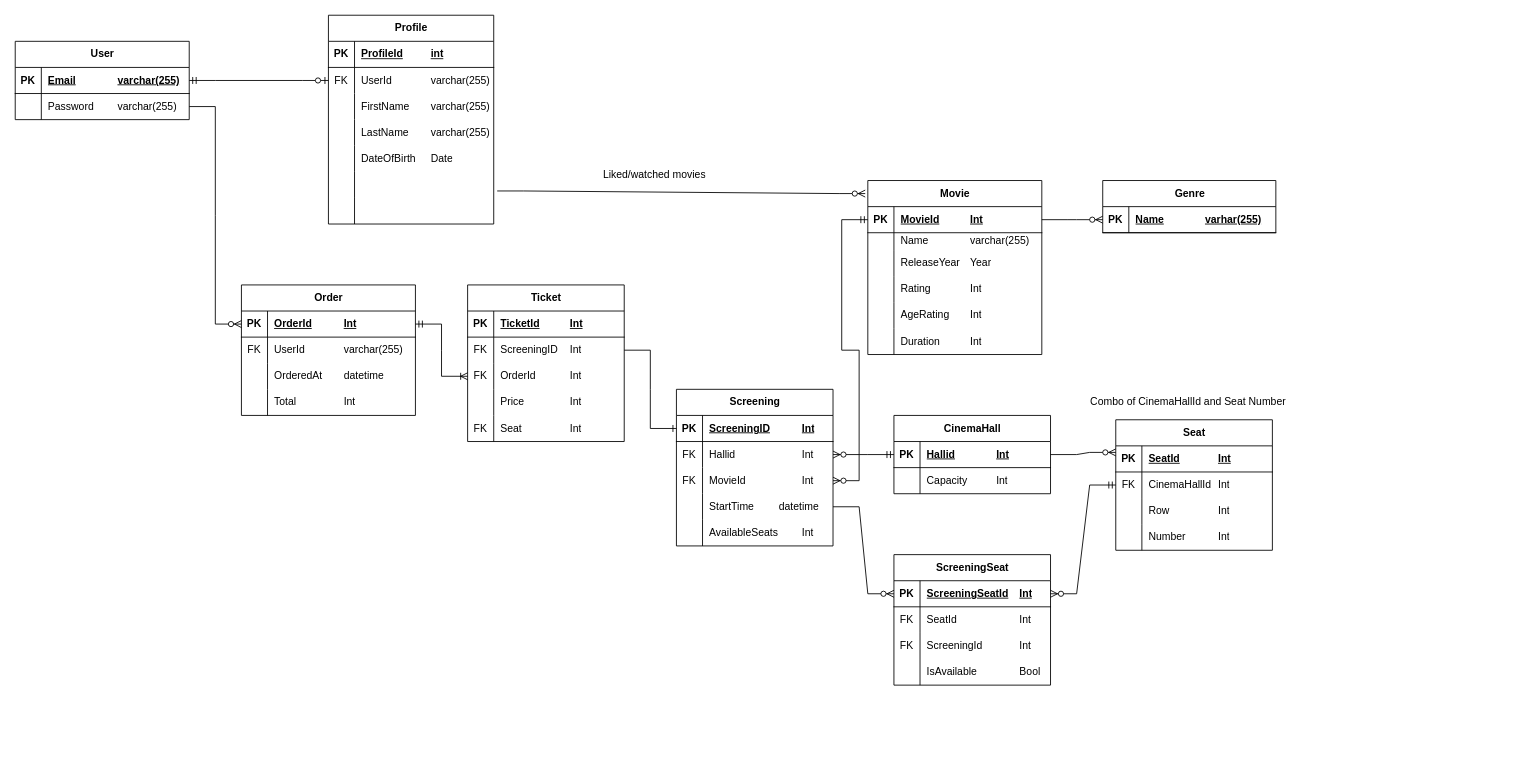
This is ER-model-cinema.drawio from LudvigSti/kino-backend, a draw.io file, before an edit. Source tidied: cells renumbered, new cells numbered last; positions are measured from the earlier drawing's top-left corner, leaving out a move shared by most shapes. Both pictures are drawn from the tidied source at 87%, with x=0, y=0 at pixel (15, 15).
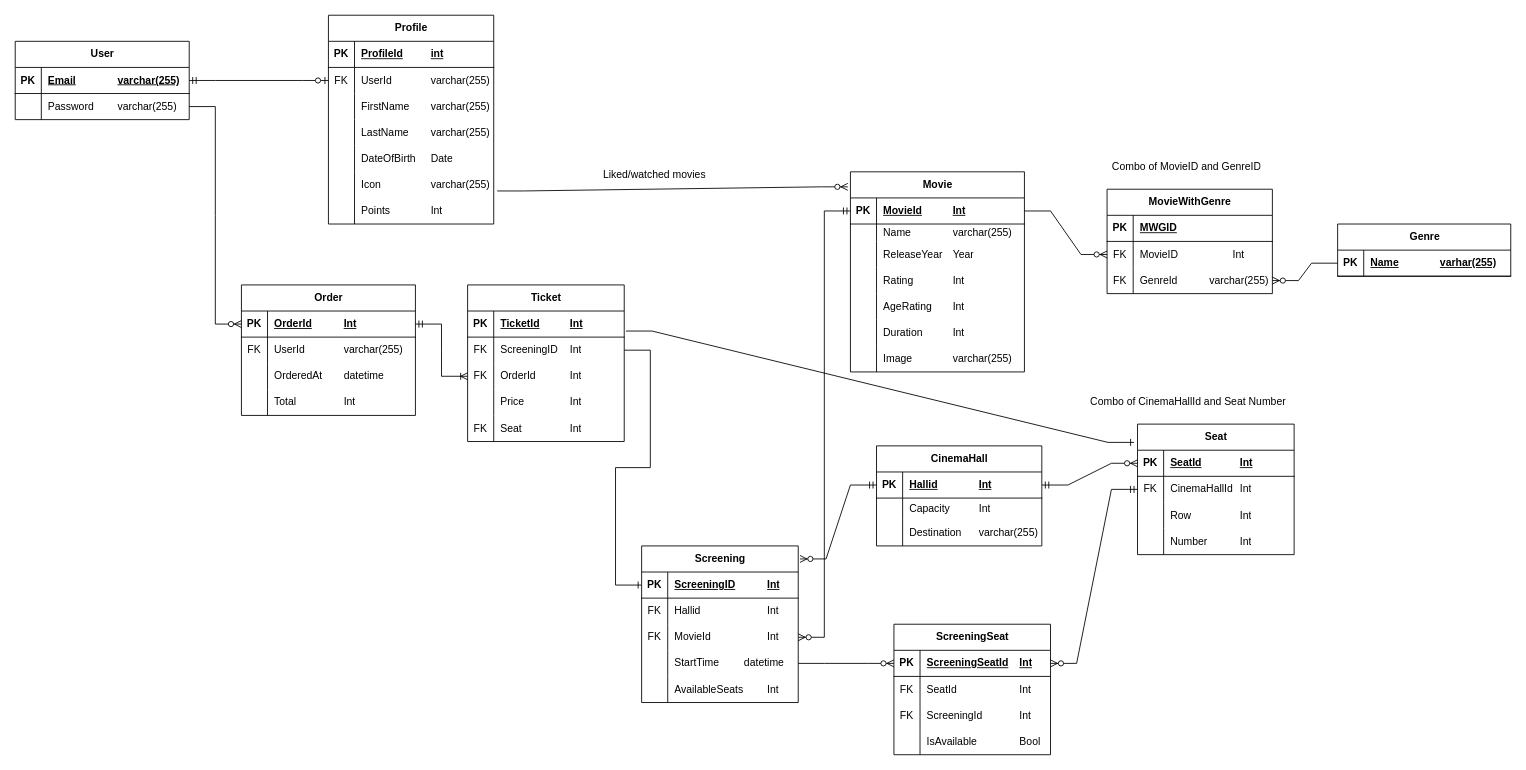
The same diagram, later.

Commit message (it also covers changes not shown here):
Updated the ER-modell to be more accurate

The change refers to these unchanged cells:
```xml
<mxCell id="25" style="shape=tableRow;horizontal=0;startSize=0;swimlaneHead=0;swimlaneBody=0;fillColor=none;points=[[0,0.5],[1,0.5]];portConstraint=eastwest;top=0;left=0;right=0;bottom=0;" parent="9" vertex="1">
  <mxGeometry y="180" width="190" height="30" as="geometry" />
</mxCell>
<mxCell id="28" style="shape=tableRow;horizontal=0;startSize=0;swimlaneHead=0;swimlaneBody=0;fillColor=none;top=0;left=0;right=0;bottom=0;" parent="9" vertex="1">
  <mxGeometry y="210" width="190" height="30" as="geometry" />
</mxCell>
<mxCell id="32" style="shape=tableRow;horizontal=0;startSize=0;swimlaneHead=0;swimlaneBody=0;fillColor=none;points=[[0,0.5],[1,0.5]];portConstraint=eastwest;top=0;left=0;right=0;bottom=1;" parent="31" vertex="1">
  <mxGeometry y="30" width="200" height="30" as="geometry" />
</mxCell>
<mxCell id="52" style="shape=tableRow;horizontal=0;startSize=0;swimlaneHead=0;swimlaneBody=0;fillColor=none;points=[[0,0.5],[1,0.5]];portConstraint=eastwest;top=0;left=0;right=0;bottom=1;" parent="51" vertex="1">
  <mxGeometry y="30" width="199" height="30" as="geometry" />
</mxCell>
<mxCell id="67" style="shape=tableRow;horizontal=0;startSize=0;swimlaneHead=0;swimlaneBody=0;fillColor=none;points=[[0,0.5],[1,0.5]];portConstraint=eastwest;top=0;left=0;right=0;bottom=0;" parent="63" vertex="1">
  <mxGeometry y="60" width="180" height="30" as="geometry" />
</mxCell>
<mxCell id="82" style="shape=tableRow;horizontal=0;startSize=0;swimlaneHead=0;swimlaneBody=0;fillColor=none;points=[[0,0.5],[1,0.5]];portConstraint=eastwest;top=0;left=0;right=0;bottom=1;" parent="81" vertex="1">
  <mxGeometry y="30" width="180" height="30" as="geometry" />
</mxCell>
<mxCell id="116" style="shape=tableRow;horizontal=0;startSize=0;swimlaneHead=0;swimlaneBody=0;fillColor=none;points=[[0,0.5],[1,0.5]];portConstraint=eastwest;top=0;left=0;right=0;bottom=1;" parent="115" vertex="1">
  <mxGeometry y="30" width="180" height="30" as="geometry" />
</mxCell>
```

Diff of the diagram source:
```diff
@@
+    <mxCell id="145" style="edgeStyle=entityRelationEdgeStyle;fontSize=12;html=1;endArrow=ERone;endFill=1;rounded=0;exitX=1.011;exitY=0.767;exitDx=0;exitDy=0;exitPerimeter=0;entryX=-0.022;entryY=0.14;entryDx=0;entryDy=0;entryPerimeter=0;" parent="1" edge="1" source="82" target="115">
+      <mxGeometry relative="1" as="geometry" />
+    </mxCell>
@@
-    <mxCell id="27" style="shape=partialRectangle;fillColor=none;top=0;left=0;bottom=0;right=0;align=left;spacingLeft=6;overflow=hidden;whiteSpace=wrap;html=1;" parent="25" vertex="1">
+    <mxCell id="27" value="Icon&lt;span style=&quot;white-space: pre;&quot;&gt;&#9;&lt;/span&gt;&lt;span style=&quot;white-space: pre;&quot;&gt;&#9;&lt;/span&gt;&lt;span style=&quot;white-space: pre;&quot;&gt;&#9;&lt;/span&gt;varchar(255)" style="shape=partialRectangle;fillColor=none;top=0;left=0;bottom=0;right=0;align=left;spacingLeft=6;overflow=hidden;whiteSpace=wrap;html=1;" parent="25" vertex="1">
       <mxGeometry x="30" width="160" height="30" as="geometry" />
     </mxCell>
@@
-    <mxCell id="30" style="shape=partialRectangle;fillColor=none;top=0;left=0;bottom=0;right=0;align=left;spacingLeft=6;overflow=hidden;whiteSpace=wrap;html=1;" parent="28" vertex="1">
+    <mxCell id="30" value="Points&lt;span style=&quot;white-space: pre;&quot;&gt;&#9;&lt;/span&gt;&lt;span style=&quot;white-space: pre;&quot;&gt;&#9;&lt;/span&gt;Int" style="shape=partialRectangle;fillColor=none;top=0;left=0;bottom=0;right=0;align=left;spacingLeft=6;overflow=hidden;whiteSpace=wrap;html=1;" parent="28" vertex="1">
       <mxGeometry x="30" width="160" height="30" as="geometry" />
     </mxCell>
     <mxCell id="31" value="Movie" style="shape=table;startSize=30;childLayout=tableLayout;rowLines=0;fontStyle=1;align=center;html=1;" parent="1" vertex="1">
-      <mxGeometry x="980" y="190" width="200" height="200" as="geometry" />
+      <mxGeometry x="960" y="180" width="200" height="230" as="geometry" />
     </mxCell>
@@
+    <mxCell id="146" style="shape=tableRow;horizontal=0;startSize=0;swimlaneHead=0;swimlaneBody=0;fillColor=none;top=0;left=0;right=0;bottom=0;" parent="31" vertex="1">
+      <mxGeometry y="200" width="200" height="30" as="geometry" />
+    </mxCell>
+    <mxCell id="147" style="shape=partialRectangle;fillColor=none;top=0;left=0;bottom=0;right=0;overflow=hidden;whiteSpace=wrap;html=1;" parent="146" vertex="1">
+      <mxGeometry width="30" height="30" as="geometry" />
+    </mxCell>
+    <mxCell id="148" value="Image&lt;span style=&quot;white-space: pre;&quot;&gt;&#9;&lt;/span&gt;&lt;span style=&quot;white-space: pre;&quot;&gt;&#9;&lt;/span&gt;varchar(255)" style="shape=partialRectangle;fillColor=none;top=0;left=0;bottom=0;right=0;align=left;spacingLeft=6;overflow=hidden;whiteSpace=wrap;html=1;" parent="146" vertex="1">
+      <mxGeometry x="30" width="170" height="30" as="geometry" />
+    </mxCell>
@@
     <mxCell id="51" value="Genre" style="shape=table;startSize=30;childLayout=tableLayout;rowLines=0;fontStyle=1;align=center;html=1;" parent="1" vertex="1">
-      <mxGeometry x="1250" y="190" width="199" height="60" as="geometry" />
+      <mxGeometry x="1520" y="240" width="199" height="60" as="geometry" />
     </mxCell>
@@
-    <mxCell id="55" style="edgeStyle=entityRelationEdgeStyle;fontSize=12;html=1;endArrow=ERzeroToMany;endFill=1;rounded=0;exitX=1;exitY=0.5;exitDx=0;exitDy=0;entryX=0;entryY=0.5;entryDx=0;entryDy=0;" parent="1" edge="1" source="32" target="52">
-      <mxGeometry relative="1" as="geometry" />
-    </mxCell>
-    <mxCell id="56" value="CinemaHall" style="shape=table;startSize=30;childLayout=tableLayout;rowLines=0;fontStyle=1;align=center;html=1;" parent="1" vertex="1">
-      <mxGeometry x="1010" y="460" width="180" height="90" as="geometry" />
-    </mxCell>
-    <mxCell id="57" style="shape=tableRow;horizontal=0;startSize=0;swimlaneHead=0;swimlaneBody=0;fillColor=none;points=[[0,0.5],[1,0.5]];portConstraint=eastwest;top=0;left=0;right=0;bottom=1;" parent="56" vertex="1">
-      <mxGeometry y="30" width="180" height="30" as="geometry" />
-    </mxCell>
-    <mxCell id="58" value="PK" style="shape=partialRectangle;fillColor=none;top=0;left=0;bottom=0;right=0;fontStyle=1;overflow=hidden;whiteSpace=wrap;html=1;" parent="57" vertex="1">
-      <mxGeometry width="30" height="30" as="geometry" />
-    </mxCell>
-    <mxCell id="59" value="Hallid&lt;span style=&quot;white-space: pre;&quot;&gt;&#9;&lt;/span&gt;&lt;span style=&quot;white-space: pre;&quot;&gt;&#9;&lt;/span&gt;Int" style="shape=partialRectangle;fillColor=none;top=0;left=0;bottom=0;right=0;align=left;spacingLeft=6;fontStyle=5;overflow=hidden;whiteSpace=wrap;html=1;" parent="57" vertex="1">
-      <mxGeometry x="30" width="150" height="30" as="geometry" />
-    </mxCell>
-    <mxCell id="60" style="shape=tableRow;horizontal=0;startSize=0;swimlaneHead=0;swimlaneBody=0;fillColor=none;top=0;left=0;right=0;bottom=0;" parent="56" vertex="1">
-      <mxGeometry y="60" width="180" height="30" as="geometry" />
-    </mxCell>
-    <mxCell id="61" style="shape=partialRectangle;fillColor=none;top=0;left=0;bottom=0;right=0;overflow=hidden;whiteSpace=wrap;html=1;" parent="60" vertex="1">
-      <mxGeometry width="30" height="30" as="geometry" />
-    </mxCell>
-    <mxCell id="62" value="Capacity&lt;span style=&quot;white-space: pre;&quot;&gt;&#9;&lt;/span&gt;&lt;span style=&quot;white-space: pre;&quot;&gt;&#9;&lt;/span&gt;Int" style="shape=partialRectangle;fillColor=none;top=0;left=0;bottom=0;right=0;align=left;spacingLeft=6;overflow=hidden;whiteSpace=wrap;html=1;" parent="60" vertex="1">
-      <mxGeometry x="30" width="150" height="30" as="geometry" />
-    </mxCell>
     <mxCell id="63" value="Screening" style="shape=table;startSize=30;childLayout=tableLayout;rowLines=0;fontStyle=1;align=center;html=1;" parent="1" vertex="1">
-      <mxGeometry x="760" y="430" width="180" height="180" as="geometry" />
+      <mxGeometry x="720" y="610" width="180" height="180" as="geometry" />
     </mxCell>
@@
-    <mxCell id="80" style="edgeStyle=entityRelationEdgeStyle;fontSize=12;html=1;endArrow=ERzeroToMany;startArrow=ERmandOne;rounded=0;entryX=1;entryY=0.5;entryDx=0;entryDy=0;exitX=0;exitY=0.5;exitDx=0;exitDy=0;" parent="1" edge="1" source="57" target="67">
+    <mxCell id="80" style="edgeStyle=entityRelationEdgeStyle;fontSize=12;html=1;endArrow=ERzeroToMany;startArrow=ERmandOne;rounded=0;entryX=1.011;entryY=0.083;entryDx=0;entryDy=0;exitX=0;exitY=0.5;exitDx=0;exitDy=0;entryPerimeter=0;" parent="1" edge="1" source="57" target="63">
       <mxGeometry relative="1" as="geometry">
         <Array as="points">
           <mxPoint x="990" y="550" />
+          <mxPoint x="940" y="450" />
+          <mxPoint x="940" y="440" />
         </Array>
       </mxGeometry>
     </mxCell>
@@
+    <mxCell id="56" value="CinemaHall" style="shape=table;startSize=30;childLayout=tableLayout;rowLines=0;fontStyle=1;align=center;html=1;" parent="1" vertex="1">
+      <mxGeometry x="990" y="495" width="190" height="115" as="geometry" />
+    </mxCell>
+    <mxCell id="57" style="shape=tableRow;horizontal=0;startSize=0;swimlaneHead=0;swimlaneBody=0;fillColor=none;points=[[0,0.5],[1,0.5]];portConstraint=eastwest;top=0;left=0;right=0;bottom=1;" parent="56" vertex="1">
+      <mxGeometry y="30" width="190" height="30" as="geometry" />
+    </mxCell>
+    <mxCell id="58" value="PK" style="shape=partialRectangle;fillColor=none;top=0;left=0;bottom=0;right=0;fontStyle=1;overflow=hidden;whiteSpace=wrap;html=1;" parent="57" vertex="1">
+      <mxGeometry width="30" height="30" as="geometry" />
+    </mxCell>
+    <mxCell id="59" value="Hallid&lt;span style=&quot;white-space: pre;&quot;&gt;&#9;&lt;/span&gt;&lt;span style=&quot;white-space: pre;&quot;&gt;&#9;&lt;/span&gt;Int" style="shape=partialRectangle;fillColor=none;top=0;left=0;bottom=0;right=0;align=left;spacingLeft=6;fontStyle=5;overflow=hidden;whiteSpace=wrap;html=1;" parent="57" vertex="1">
+      <mxGeometry x="30" width="160" height="30" as="geometry" />
+    </mxCell>
+    <mxCell id="60" style="shape=tableRow;horizontal=0;startSize=0;swimlaneHead=0;swimlaneBody=0;fillColor=none;top=0;left=0;right=0;bottom=0;" parent="56" vertex="1">
+      <mxGeometry y="60" width="190" height="25" as="geometry" />
+    </mxCell>
+    <mxCell id="61" style="shape=partialRectangle;fillColor=none;top=0;left=0;bottom=0;right=0;overflow=hidden;whiteSpace=wrap;html=1;" parent="60" vertex="1">
+      <mxGeometry width="30" height="25" as="geometry" />
+    </mxCell>
+    <mxCell id="62" value="Capacity&lt;span style=&quot;white-space: pre;&quot;&gt;&#9;&lt;/span&gt;&lt;span style=&quot;white-space: pre;&quot;&gt;&#9;&lt;/span&gt;Int" style="shape=partialRectangle;fillColor=none;top=0;left=0;bottom=0;right=0;align=left;spacingLeft=6;overflow=hidden;whiteSpace=wrap;html=1;" parent="60" vertex="1">
+      <mxGeometry x="30" width="160" height="25" as="geometry" />
+    </mxCell>
+    <mxCell id="149" style="shape=tableRow;horizontal=0;startSize=0;swimlaneHead=0;swimlaneBody=0;fillColor=none;top=0;left=0;right=0;bottom=0;" parent="56" vertex="1">
+      <mxGeometry y="85" width="190" height="30" as="geometry" />
+    </mxCell>
+    <mxCell id="150" style="shape=partialRectangle;fillColor=none;top=0;left=0;bottom=0;right=0;overflow=hidden;whiteSpace=wrap;html=1;" parent="149" vertex="1">
+      <mxGeometry width="30" height="30" as="geometry" />
+    </mxCell>
+    <mxCell id="151" value="Destination&amp;nbsp;&lt;span style=&quot;white-space: pre;&quot;&gt;&#9;&lt;/span&gt;varchar(255)" style="shape=partialRectangle;fillColor=none;top=0;left=0;bottom=0;right=0;align=left;spacingLeft=6;overflow=hidden;whiteSpace=wrap;html=1;" parent="149" vertex="1">
+      <mxGeometry x="30" width="160" height="30" as="geometry" />
+    </mxCell>
@@
     <mxCell id="115" value="Seat" style="shape=table;startSize=30;childLayout=tableLayout;rowLines=0;fontStyle=1;align=center;html=1;" parent="1" vertex="1">
-      <mxGeometry x="1265" y="465" width="180" height="150" as="geometry" />
+      <mxGeometry x="1290" y="470" width="180" height="150" as="geometry" />
     </mxCell>
@@
-    <mxCell id="129" style="edgeStyle=entityRelationEdgeStyle;fontSize=12;html=1;endArrow=ERzeroToMany;endFill=1;rounded=0;exitX=1;exitY=0.5;exitDx=0;exitDy=0;entryX=0;entryY=0.25;entryDx=0;entryDy=0;" parent="1" edge="1" source="57" target="115">
-      <mxGeometry relative="1" as="geometry" />
-    </mxCell>
     <mxCell id="130" value="ScreeningSeat" style="shape=table;startSize=30;childLayout=tableLayout;rowLines=0;fontStyle=1;align=center;html=1;" parent="1" vertex="1">
-      <mxGeometry x="1010" y="620" width="180" height="150" as="geometry" />
+      <mxGeometry x="1010" y="700" width="180" height="150" as="geometry" />
     </mxCell>
@@
+    <mxCell id="152" style="edgeStyle=entityRelationEdgeStyle;fontSize=12;html=1;endArrow=ERzeroToMany;startArrow=ERmandOne;rounded=0;exitX=1;exitY=0.5;exitDx=0;exitDy=0;entryX=0;entryY=0.5;entryDx=0;entryDy=0;" parent="1" edge="1" source="57" target="116">
+      <mxGeometry relative="1" as="geometry" />
+    </mxCell>
+    <mxCell id="153" value="MovieWithGenre" style="shape=table;startSize=30;childLayout=tableLayout;rowLines=0;fontStyle=1;align=center;html=1;" parent="1" vertex="1">
+      <mxGeometry x="1255" y="200" width="190" height="120" as="geometry" />
+    </mxCell>
+    <mxCell id="154" style="shape=tableRow;horizontal=0;startSize=0;swimlaneHead=0;swimlaneBody=0;fillColor=none;top=0;left=0;right=0;bottom=1;" parent="153" vertex="1">
+      <mxGeometry y="30" width="190" height="30" as="geometry" />
+    </mxCell>
+    <mxCell id="155" value="PK" style="shape=partialRectangle;fillColor=none;top=0;left=0;bottom=0;right=0;fontStyle=1;overflow=hidden;whiteSpace=wrap;html=1;" parent="154" vertex="1">
+      <mxGeometry width="30" height="30" as="geometry" />
+    </mxCell>
+    <mxCell id="156" value="MWGID" style="shape=partialRectangle;fillColor=none;top=0;left=0;bottom=0;right=0;align=left;spacingLeft=6;fontStyle=5;overflow=hidden;whiteSpace=wrap;html=1;" parent="154" vertex="1">
+      <mxGeometry x="30" width="160" height="30" as="geometry" />
+    </mxCell>
+    <mxCell id="157" style="shape=tableRow;horizontal=0;startSize=0;swimlaneHead=0;swimlaneBody=0;fillColor=none;points=[[0,0.5],[1,0.5]];portConstraint=eastwest;top=0;left=0;right=0;bottom=0;" parent="153" vertex="1">
+      <mxGeometry y="60" width="190" height="30" as="geometry" />
+    </mxCell>
+    <mxCell id="158" value="FK" style="shape=partialRectangle;fillColor=none;top=0;left=0;bottom=0;right=0;overflow=hidden;whiteSpace=wrap;html=1;" parent="157" vertex="1">
+      <mxGeometry width="30" height="30" as="geometry" />
+    </mxCell>
+    <mxCell id="159" value="MovieID&lt;span style=&quot;white-space: pre;&quot;&gt;&#9;&lt;/span&gt;&lt;span style=&quot;white-space: pre;&quot;&gt;&#9;&lt;/span&gt;&lt;span style=&quot;white-space: pre;&quot;&gt;&#9;&lt;/span&gt;Int" style="shape=partialRectangle;fillColor=none;top=0;left=0;bottom=0;right=0;align=left;spacingLeft=6;overflow=hidden;whiteSpace=wrap;html=1;" parent="157" vertex="1">
+      <mxGeometry x="30" width="160" height="30" as="geometry" />
+    </mxCell>
+    <mxCell id="160" style="shape=tableRow;horizontal=0;startSize=0;swimlaneHead=0;swimlaneBody=0;fillColor=none;points=[[0,0.5],[1,0.5]];portConstraint=eastwest;top=0;left=0;right=0;bottom=0;" parent="153" vertex="1">
+      <mxGeometry y="90" width="190" height="30" as="geometry" />
+    </mxCell>
+    <mxCell id="161" value="FK" style="shape=partialRectangle;fillColor=none;top=0;left=0;bottom=0;right=0;overflow=hidden;whiteSpace=wrap;html=1;" parent="160" vertex="1">
+      <mxGeometry width="30" height="30" as="geometry" />
+    </mxCell>
+    <mxCell id="162" value="GenreId&lt;span style=&quot;white-space: pre;&quot;&gt;&#9;&lt;/span&gt;&lt;span style=&quot;white-space: pre;&quot;&gt;&#9;&lt;/span&gt;varchar(255)" style="shape=partialRectangle;fillColor=none;top=0;left=0;bottom=0;right=0;align=left;spacingLeft=6;overflow=hidden;whiteSpace=wrap;html=1;" parent="160" vertex="1">
+      <mxGeometry x="30" width="160" height="30" as="geometry" />
+    </mxCell>
+    <mxCell id="163" value="Combo of MovieID and GenreID" style="text;strokeColor=none;fillColor=none;spacingLeft=4;spacingRight=4;overflow=hidden;fontSize=12;whiteSpace=wrap;html=1;" parent="1" vertex="1">
+      <mxGeometry x="1255" y="160" width="250" height="30" as="geometry" />
+    </mxCell>
+    <mxCell id="164" style="edgeStyle=entityRelationEdgeStyle;fontSize=12;html=1;endArrow=ERzeroToMany;endFill=1;rounded=0;entryX=0;entryY=0.5;entryDx=0;entryDy=0;exitX=1;exitY=0.5;exitDx=0;exitDy=0;" parent="1" edge="1" source="32" target="157">
+      <mxGeometry relative="1" as="geometry" />
+    </mxCell>
+    <mxCell id="165" style="edgeStyle=entityRelationEdgeStyle;fontSize=12;html=1;endArrow=ERzeroToMany;endFill=1;rounded=0;entryX=1;entryY=0.5;entryDx=0;entryDy=0;exitX=0;exitY=0.5;exitDx=0;exitDy=0;" parent="1" edge="1" source="52" target="160">
+      <mxGeometry relative="1" as="geometry">
+        <Array as="points">
+          <mxPoint x="1445" y="300" />
+        </Array>
+      </mxGeometry>
+    </mxCell>
```
